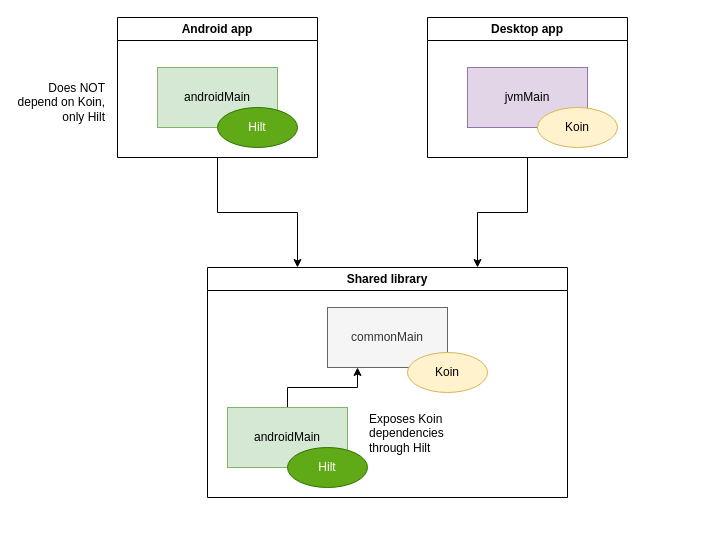
jacobras/KMP-shared-DI keeps this draw.io diagram as docs/images/overview.drawio. Above is the earlier version. Source tidied: cells renumbered, new cells numbered last; positions are measured from the earlier drawing's top-left corner, leaving out a move shared by most shapes. Both pictures are drawn from the tidied source at 100%, with x=0, y=0 at pixel (17, 17).
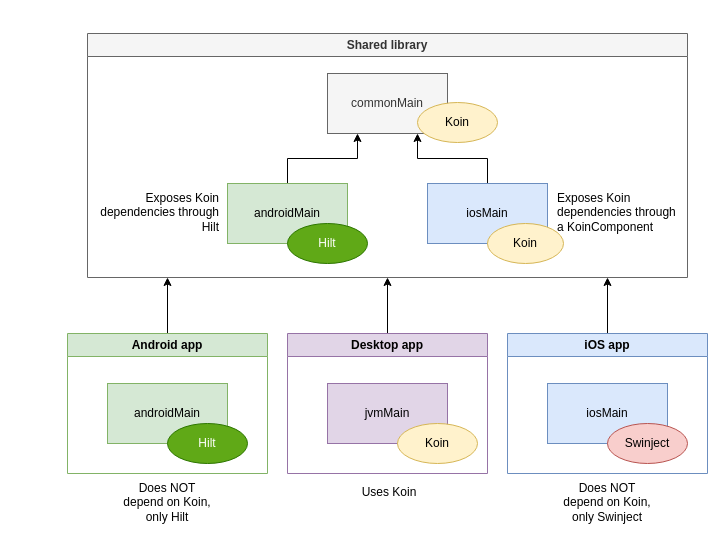
The same diagram, later.

The edit, as a diff of the source:
```diff
@@
-    <mxCell id="2" value="Shared library" style="swimlane;whiteSpace=wrap;html=1;" parent="1" vertex="1">
-      <mxGeometry x="190" y="250" width="360" height="230" as="geometry" />
+    <mxCell id="2" value="Shared library" style="swimlane;whiteSpace=wrap;html=1;fillColor=#f5f5f5;fontColor=#333333;strokeColor=#666666;fillStyle=solid;rounded=0;" parent="1" vertex="1">
+      <mxGeometry x="70" y="16" width="600" height="244" as="geometry" />
     </mxCell>
     <mxCell id="3" value="commonMain" style="rounded=0;whiteSpace=wrap;html=1;fillColor=#f5f5f5;strokeColor=#666666;fontColor=#333333;" parent="2" vertex="1">
-      <mxGeometry x="120" y="40" width="120" height="60" as="geometry" />
+      <mxGeometry x="240" y="40" width="120" height="60" as="geometry" />
     </mxCell>
@@
     <mxCell id="5" value="androidMain" style="rounded=0;whiteSpace=wrap;html=1;fillColor=#d5e8d4;strokeColor=#82b366;" parent="2" vertex="1">
-      <mxGeometry x="20" y="140" width="120" height="60" as="geometry" />
+      <mxGeometry x="140" y="150" width="120" height="60" as="geometry" />
     </mxCell>
     <mxCell id="6" value="Hilt" style="ellipse;whiteSpace=wrap;html=1;fillColor=#60a917;fontColor=#ffffff;strokeColor=#2D7600;" parent="2" vertex="1">
-      <mxGeometry x="80" y="180" width="80" height="40" as="geometry" />
+      <mxGeometry x="200" y="190" width="80" height="40" as="geometry" />
     </mxCell>
     <mxCell id="7" value="Koin" style="ellipse;whiteSpace=wrap;html=1;fillColor=#fff2cc;strokeColor=#d6b656;" parent="2" vertex="1">
-      <mxGeometry x="200" y="85" width="80" height="40" as="geometry" />
+      <mxGeometry x="330" y="69" width="80" height="40" as="geometry" />
     </mxCell>
-    <mxCell id="8" value="Exposes Koin dependencies through Hilt" style="text;html=1;strokeColor=none;fillColor=none;align=left;verticalAlign=middle;whiteSpace=wrap;rounded=0;" parent="2" vertex="1">
-      <mxGeometry x="160" y="151" width="90" height="30" as="geometry" />
-    </mxCell>
-    <mxCell id="9" style="edgeStyle=orthogonalEdgeStyle;rounded=0;jettySize=auto;html=1;entryX=0.25;entryY=0;entryDx=0;entryDy=0;" parent="1" edge="1" source="10" target="2">
-      <mxGeometry relative="1" as="geometry" />
-    </mxCell>
+    <mxCell id="18" style="edgeStyle=orthogonalEdgeStyle;rounded=0;jettySize=auto;html=1;entryX=0.75;entryY=1;entryDx=0;entryDy=0;" parent="2" edge="1" source="19" target="3">
+      <mxGeometry relative="1" as="geometry" />
+    </mxCell>
+    <mxCell id="19" value="iosMain" style="rounded=0;whiteSpace=wrap;html=1;fillColor=#dae8fc;strokeColor=#6c8ebf;" parent="2" vertex="1">
+      <mxGeometry x="340" y="150" width="120" height="60" as="geometry" />
+    </mxCell>
+    <mxCell id="20" value="Koin" style="ellipse;whiteSpace=wrap;html=1;fillColor=#fff2cc;strokeColor=#d6b656;" parent="2" vertex="1">
+      <mxGeometry x="400" y="190" width="76" height="40" as="geometry" />
+    </mxCell>
+    <mxCell id="21" style="edgeStyle=orthogonalEdgeStyle;rounded=0;jettySize=auto;html=1;" parent="1" edge="1" source="10">
+      <mxGeometry relative="1" as="geometry">
+        <mxPoint x="150" y="260" as="targetPoint" />
+      </mxGeometry>
+    </mxCell>
-    <mxCell id="10" value="Android app" style="swimlane;whiteSpace=wrap;html=1;" parent="1" vertex="1">
-      <mxGeometry x="100" width="200" height="140" as="geometry" />
+    <mxCell id="10" value="Android app" style="swimlane;whiteSpace=wrap;html=1;fillColor=#d5e8d4;strokeColor=#82b366;" parent="1" vertex="1">
+      <mxGeometry x="50" y="316" width="200" height="140" as="geometry" />
     </mxCell>
@@
-    <mxCell id="13" style="edgeStyle=orthogonalEdgeStyle;rounded=0;jettySize=auto;html=1;entryX=0.75;entryY=0;entryDx=0;entryDy=0;" parent="1" edge="1" source="14" target="2">
+    <mxCell id="13" style="edgeStyle=orthogonalEdgeStyle;rounded=0;jettySize=auto;html=1;entryX=0.5;entryY=1;entryDx=0;entryDy=0;" parent="1" edge="1" source="14" target="2">
       <mxGeometry relative="1" as="geometry" />
     </mxCell>
-    <mxCell id="14" value="Desktop app" style="swimlane;whiteSpace=wrap;html=1;" parent="1" vertex="1">
-      <mxGeometry x="410" width="200" height="140" as="geometry" />
+    <mxCell id="14" value="Desktop app" style="swimlane;whiteSpace=wrap;html=1;fillColor=#e1d5e7;strokeColor=#9673a6;" parent="1" vertex="1">
+      <mxGeometry x="270" y="316" width="200" height="140" as="geometry" />
     </mxCell>
@@
-    <mxCell id="17" value="Does NOT depend on Koin, only Hilt" style="text;html=1;strokeColor=none;fillColor=none;align=right;verticalAlign=middle;whiteSpace=wrap;rounded=0;" parent="1" vertex="1">
-      <mxGeometry y="70" width="90" height="30" as="geometry" />
+    <mxCell id="17" value="Does NOT depend on Koin, only Hilt" style="text;html=1;strokeColor=none;fillColor=none;align=center;verticalAlign=middle;whiteSpace=wrap;rounded=0;" parent="1" vertex="1">
+      <mxGeometry x="105" y="470" width="90" height="30" as="geometry" />
     </mxCell>
+    <mxCell id="22" style="edgeStyle=orthogonalEdgeStyle;rounded=0;jettySize=auto;html=1;" parent="1" edge="1" source="23">
+      <mxGeometry relative="1" as="geometry">
+        <mxPoint x="590" y="260" as="targetPoint" />
+      </mxGeometry>
+    </mxCell>
+    <mxCell id="23" value="iOS app" style="swimlane;whiteSpace=wrap;html=1;fillColor=#dae8fc;strokeColor=#6c8ebf;" parent="1" vertex="1">
+      <mxGeometry x="490" y="316" width="200" height="140" as="geometry" />
+    </mxCell>
+    <mxCell id="24" value="iosMain" style="rounded=0;whiteSpace=wrap;html=1;fillColor=#dae8fc;strokeColor=#6c8ebf;" parent="23" vertex="1">
+      <mxGeometry x="40" y="50" width="120" height="60" as="geometry" />
+    </mxCell>
+    <mxCell id="25" value="Swinject" style="ellipse;whiteSpace=wrap;html=1;fillColor=#f8cecc;strokeColor=#b85450;" parent="23" vertex="1">
+      <mxGeometry x="100" y="90" width="80" height="40" as="geometry" />
+    </mxCell>
+    <mxCell id="26" value="Does NOT depend on Koin, only Swinject" style="text;html=1;strokeColor=none;fillColor=none;align=center;verticalAlign=middle;whiteSpace=wrap;rounded=0;" parent="1" vertex="1">
+      <mxGeometry x="545" y="470" width="90" height="30" as="geometry" />
+    </mxCell>
+    <mxCell id="27" value="Uses Koin" style="text;html=1;strokeColor=none;fillColor=none;align=center;verticalAlign=middle;whiteSpace=wrap;rounded=0;" parent="1" vertex="1">
+      <mxGeometry x="327" y="460" width="90" height="30" as="geometry" />
+    </mxCell>
+    <mxCell id="8" value="Exposes Koin dependencies through Hilt" style="text;html=1;strokeColor=none;fillColor=none;align=right;verticalAlign=middle;whiteSpace=wrap;rounded=0;" parent="1" vertex="1">
+      <mxGeometry x="80" y="160" width="124" height="70" as="geometry" />
+    </mxCell>
+    <mxCell id="28" value="Exposes Koin dependencies through a KoinComponent" style="text;html=1;strokeColor=none;fillColor=none;align=left;verticalAlign=middle;whiteSpace=wrap;rounded=0;" parent="1" vertex="1">
+      <mxGeometry x="538" y="160" width="130" height="70" as="geometry" />
+    </mxCell>
```
